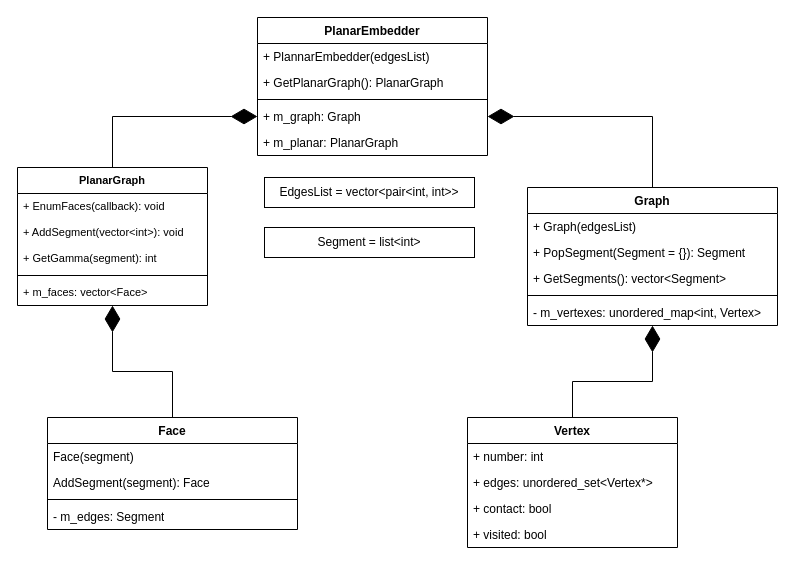
Above: lab3/Gamma/Gamma.drawio in KRASILNIKOV30/combinatoric-math (draw.io), before the change. Source tidied: cells renumbered, new cells numbered last; positions are measured from the earlier drawing's top-left corner, leaving out a move shared by most shapes. Both pictures are drawn from the tidied source at 100%, with x=0, y=0 at pixel (17, 17).
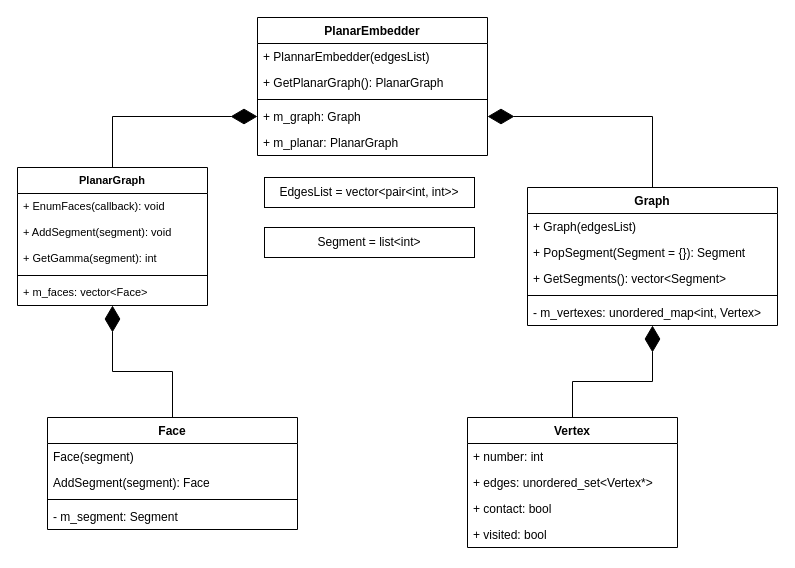
After the change.

Unchanged cells that the change refers to:
```xml
<mxCell id="22" value="PlanarGraph" style="swimlane;fontStyle=1;align=center;verticalAlign=top;horizontal=1;startSize=26;whiteSpace=wrap;html=1;fontFamily=Helvetica;fontSize=11;fontColor=default;labelBackgroundColor=default;" parent="1" vertex="1">
  <mxGeometry y="150" width="190" height="138" as="geometry" />
</mxCell>
<mxCell id="29" value="Face" style="swimlane;fontStyle=1;align=center;verticalAlign=top;horizontal=1;startSize=26;whiteSpace=wrap;html=1;" parent="1" vertex="1">
  <mxGeometry x="30" y="400" width="250" height="112" as="geometry" />
</mxCell>
```

Change to the diagram source:
```diff
@@
-    <mxCell id="24" value="+ AddSegment(vector&amp;lt;int&amp;gt;): void" style="text;strokeColor=none;fillColor=none;align=left;verticalAlign=top;spacingLeft=4;spacingRight=4;overflow=hidden;whiteSpace=wrap;html=1;fontFamily=Helvetica;fontSize=11;fontColor=default;labelBackgroundColor=default;" parent="22" vertex="1">
+    <mxCell id="24" value="+ AddSegment(segment): void" style="text;strokeColor=none;fillColor=none;align=left;verticalAlign=top;spacingLeft=4;spacingRight=4;overflow=hidden;whiteSpace=wrap;html=1;fontFamily=Helvetica;fontSize=11;fontColor=default;labelBackgroundColor=default;" parent="22" vertex="1">
       <mxGeometry y="52" width="190" height="26" as="geometry" />
     </mxCell>
@@
-    <mxCell id="33" value="- m_edges: Segment" style="text;strokeColor=none;fillColor=none;align=left;verticalAlign=top;spacingLeft=4;spacingRight=4;overflow=hidden;whiteSpace=wrap;html=1;" parent="29" vertex="1">
+    <mxCell id="33" value="- m_segment: Segment" style="text;strokeColor=none;fillColor=none;align=left;verticalAlign=top;spacingLeft=4;spacingRight=4;overflow=hidden;whiteSpace=wrap;html=1;" parent="29" vertex="1">
       <mxGeometry y="86" width="250" height="26" as="geometry" />
     </mxCell>
```
